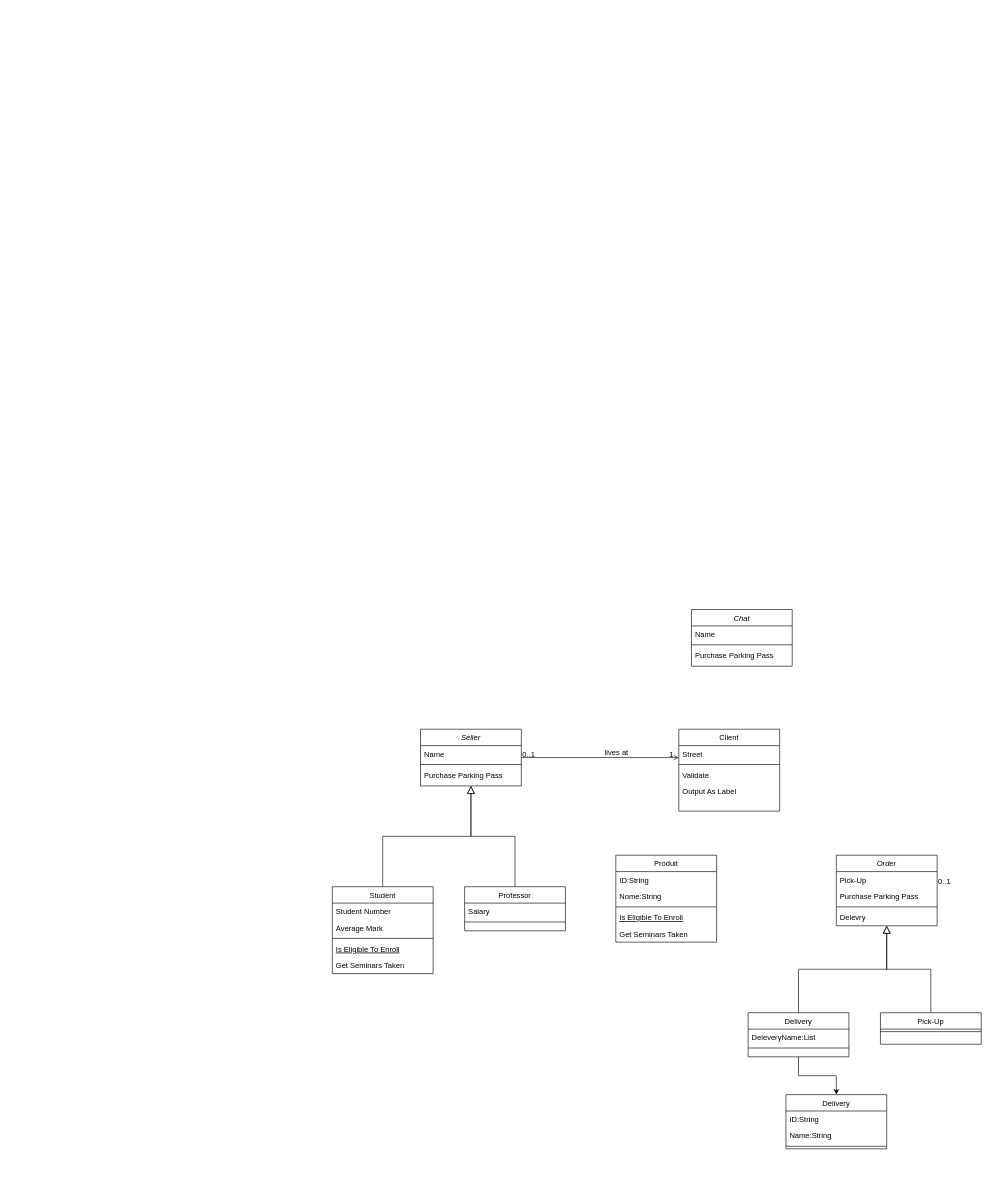
This is Untitled Diagram.drawio from AnasElii/tchat, a draw.io file, before an edit. Source tidied: cells renumbered, new cells numbered last; positions are measured from the earlier drawing's top-left corner, leaving out a move shared by most shapes. Both pictures are drawn from the tidied source at 63%, with x=0, y=0 at pixel (332, 609).
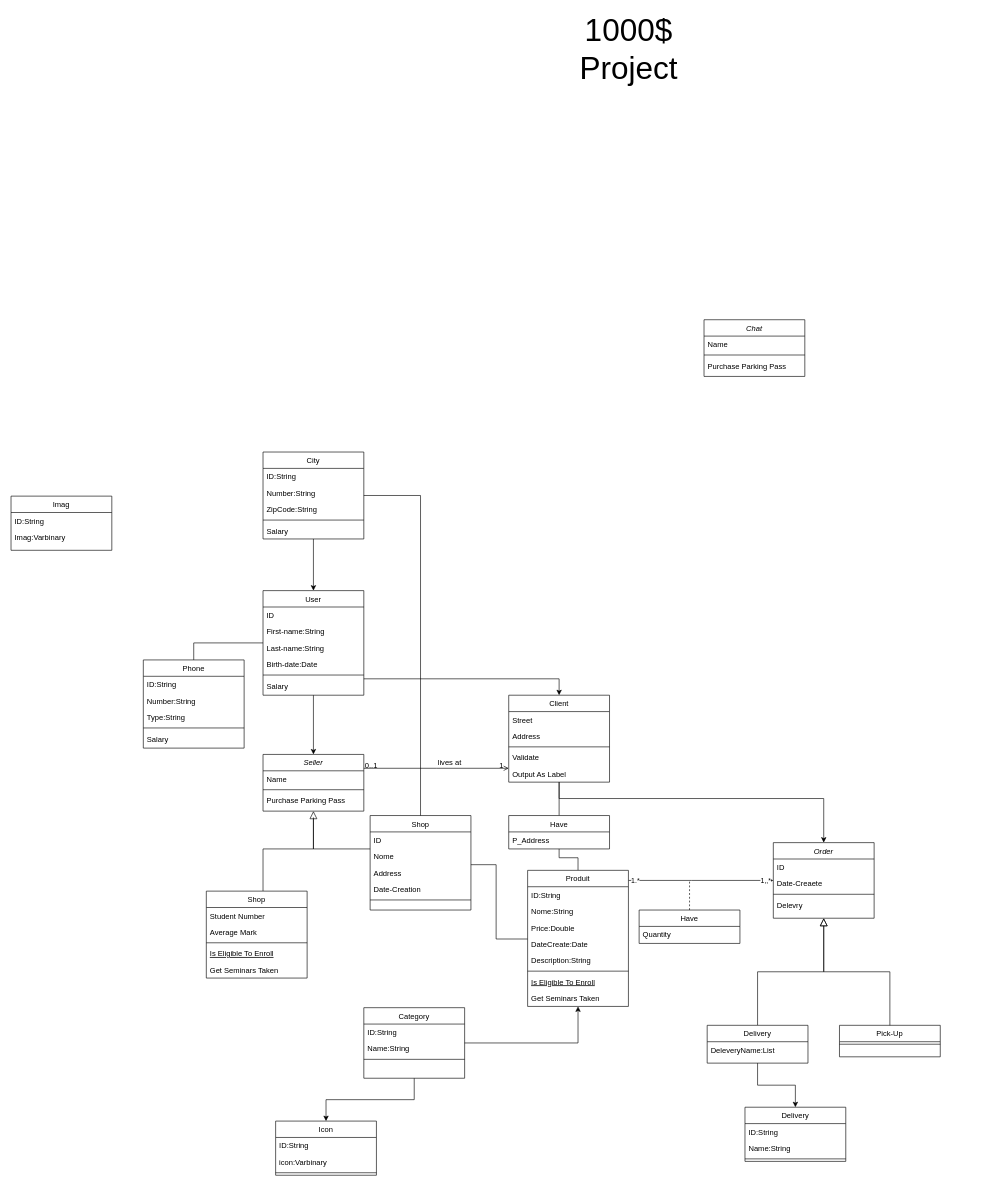
After the change.

The edit, as a diff of the source:
```diff
@@
     <mxCell id="2" value="Seller" style="swimlane;fontStyle=2;align=center;verticalAlign=top;horizontal=1;startSize=26;rounded=0;shadow=0;strokeWidth=1;" parent="1" vertex="1">
-      <mxGeometry x="140" y="190" width="160" height="90" as="geometry" />
+      <mxGeometry x="-110" y="230" width="160" height="90" as="geometry" />
     </mxCell>
@@
+    <mxCell id="54" style="edgeStyle=orthogonalEdgeStyle;rounded=0;jettySize=auto;html=1;endArrow=none;endFill=0;" parent="1" edge="1" source="6">
+      <mxGeometry relative="1" as="geometry">
+        <mxPoint x="-30" y="330" as="targetPoint" />
+        <Array as="points">
+          <mxPoint x="-110" y="380" />
+          <mxPoint x="-30" y="380" />
+        </Array>
+      </mxGeometry>
+    </mxCell>
-    <mxCell id="6" value="Student" style="swimlane;fontStyle=0;align=center;verticalAlign=top;horizontal=1;startSize=26;rounded=0;shadow=0;strokeWidth=1;" parent="1" vertex="1">
-      <mxGeometry y="440" width="160" height="138" as="geometry" />
+    <mxCell id="6" value="Shop" style="swimlane;fontStyle=0;align=center;verticalAlign=top;horizontal=1;startSize=26;rounded=0;shadow=0;strokeWidth=1;" parent="1" vertex="1">
+      <mxGeometry x="-200" y="447" width="160" height="138" as="geometry" />
     </mxCell>
@@
-    <mxCell id="12" style="endArrow=block;endSize=10;endFill=0;shadow=0;strokeWidth=1;rounded=0;edgeStyle=elbowEdgeStyle;elbow=vertical;" parent="1" edge="1" source="6" target="2">
-      <mxGeometry relative="1" as="geometry" />
-    </mxCell>
-    <mxCell id="13" value="Professor" style="swimlane;fontStyle=0;align=center;verticalAlign=top;horizontal=1;startSize=26;rounded=0;shadow=0;strokeWidth=1;" parent="1" vertex="1">
-      <mxGeometry x="210" y="440" width="160" height="70" as="geometry" />
+    <mxCell id="13" value="Shop" style="swimlane;fontStyle=0;align=center;verticalAlign=top;horizontal=1;startSize=26;rounded=0;shadow=0;strokeWidth=1;" parent="1" vertex="1">
+      <mxGeometry x="60" y="327" width="160" height="150" as="geometry" />
     </mxCell>
-    <mxCell id="14" value="Salary" style="text;align=left;verticalAlign=top;spacingLeft=4;spacingRight=4;overflow=hidden;" parent="13" vertex="1">
+    <mxCell id="14" value="ID" style="text;align=left;verticalAlign=top;spacingLeft=4;spacingRight=4;overflow=hidden;" parent="13" vertex="1">
       <mxGeometry y="26" width="160" height="26" as="geometry" />
     </mxCell>
+    <mxCell id="55" value="Nome" style="text;align=left;verticalAlign=top;spacingLeft=4;spacingRight=4;overflow=hidden;" parent="13" vertex="1">
+      <mxGeometry y="52" width="160" height="26" as="geometry" />
+    </mxCell>
+    <mxCell id="56" value="Address" style="text;align=left;verticalAlign=top;spacingLeft=4;spacingRight=4;overflow=hidden;" parent="13" vertex="1">
+      <mxGeometry y="78" width="160" height="26" as="geometry" />
+    </mxCell>
+    <mxCell id="57" value="Date-Creation" style="text;align=left;verticalAlign=top;spacingLeft=4;spacingRight=4;overflow=hidden;" parent="13" vertex="1">
+      <mxGeometry y="104" width="160" height="26" as="geometry" />
+    </mxCell>
     <mxCell id="15" style="line;html=1;strokeWidth=1;align=left;verticalAlign=middle;spacingTop=-1;spacingLeft=3;spacingRight=3;labelPosition=right;" parent="13" vertex="1">
-      <mxGeometry y="52" width="160" height="8" as="geometry" />
+      <mxGeometry y="130" width="160" height="8" as="geometry" />
     </mxCell>
     <mxCell id="16" style="endArrow=block;endSize=10;endFill=0;shadow=0;strokeWidth=1;rounded=0;edgeStyle=elbowEdgeStyle;elbow=vertical;" parent="1" edge="1" source="13" target="2">
-      <mxGeometry relative="1" as="geometry" />
+      <mxGeometry relative="1" as="geometry">
+        <Array as="points">
+          <mxPoint x="-30" y="380" />
+          <mxPoint x="130" y="380" />
+        </Array>
+      </mxGeometry>
     </mxCell>
+    <mxCell id="58" style="edgeStyle=orthogonalEdgeStyle;rounded=0;jettySize=auto;html=1;entryX=0.5;entryY=0;entryDx=0;entryDy=0;" parent="1" edge="1" source="17" target="36">
+      <mxGeometry relative="1" as="geometry">
+        <Array as="points">
+          <mxPoint x="780" y="300" />
+        </Array>
+      </mxGeometry>
+    </mxCell>
+    <mxCell id="59" style="edgeStyle=orthogonalEdgeStyle;rounded=0;jettySize=auto;html=1;entryX=0.5;entryY=0;entryDx=0;entryDy=0;endArrow=none;endFill=0;" parent="1" edge="1" source="17" target="112">
+      <mxGeometry relative="1" as="geometry" />
+    </mxCell>
     <mxCell id="17" value="Client" style="swimlane;fontStyle=0;align=center;verticalAlign=top;horizontal=1;startSize=26;rounded=0;shadow=0;strokeWidth=1;" parent="1" vertex="1">
-      <mxGeometry x="550" y="190" width="160" height="130" as="geometry" />
+      <mxGeometry x="280" y="136" width="160" height="138" as="geometry" />
     </mxCell>
@@
+    <mxCell id="60" value="Address" style="text;align=left;verticalAlign=top;spacingLeft=4;spacingRight=4;overflow=hidden;" parent="17" vertex="1">
+      <mxGeometry y="52" width="160" height="26" as="geometry" />
+    </mxCell>
     <mxCell id="19" style="line;html=1;strokeWidth=1;align=left;verticalAlign=middle;spacingTop=-1;spacingLeft=3;spacingRight=3;labelPosition=right;" parent="17" vertex="1">
-      <mxGeometry y="52" width="160" height="8" as="geometry" />
+      <mxGeometry y="78" width="160" height="8" as="geometry" />
     </mxCell>
     <mxCell id="20" value="Validate" style="text;align=left;verticalAlign=top;spacingLeft=4;spacingRight=4;overflow=hidden;" parent="17" vertex="1">
-      <mxGeometry y="60" width="160" height="26" as="geometry" />
+      <mxGeometry y="86" width="160" height="26" as="geometry" />
     </mxCell>
     <mxCell id="21" value="Output As Label" style="text;align=left;verticalAlign=top;spacingLeft=4;spacingRight=4;overflow=hidden;" parent="17" vertex="1">
-      <mxGeometry y="86" width="160" height="26" as="geometry" />
+      <mxGeometry y="112" width="160" height="26" as="geometry" />
     </mxCell>
@@
     <mxCell id="26" value="Chat" style="swimlane;fontStyle=2;align=center;verticalAlign=top;horizontal=1;startSize=26;rounded=0;shadow=0;strokeWidth=1;" parent="1" vertex="1">
-      <mxGeometry x="570" width="160" height="90" as="geometry" />
+      <mxGeometry x="590" y="-460" width="160" height="90" as="geometry" />
     </mxCell>
@@
+    <mxCell id="61" style="edgeStyle=orthogonalEdgeStyle;rounded=0;jettySize=auto;html=1;" parent="1" edge="1" source="30" target="36">
+      <mxGeometry relative="1" as="geometry">
+        <Array as="points">
+          <mxPoint x="570" y="430" />
+          <mxPoint x="570" y="430" />
+        </Array>
+      </mxGeometry>
+    </mxCell>
+    <mxCell id="62" value="1.*" style="edgeLabel;html=1;align=center;verticalAlign=middle;" parent="61" vertex="1">
+      <mxGeometry x="-0.91" relative="1" as="geometry" />
+    </mxCell>
+    <mxCell id="63" value="1,,*" style="edgeLabel;html=1;align=center;verticalAlign=middle;" parent="61" vertex="1">
+      <mxGeometry x="0.89" relative="1" as="geometry" />
+    </mxCell>
+    <mxCell id="64" style="edgeStyle=orthogonalEdgeStyle;rounded=0;jettySize=auto;html=1;endArrow=none;endFill=0;" parent="1" edge="1" source="30" target="13">
+      <mxGeometry relative="1" as="geometry">
+        <Array as="points">
+          <mxPoint x="260" y="523" />
+          <mxPoint x="260" y="405" />
+        </Array>
+      </mxGeometry>
+    </mxCell>
+    <mxCell id="65" style="edgeStyle=orthogonalEdgeStyle;rounded=0;jettySize=auto;html=1;endArrow=none;endFill=0;" parent="1" edge="1" source="30" target="112">
+      <mxGeometry relative="1" as="geometry" />
+    </mxCell>
     <mxCell id="30" value="Produit" style="swimlane;fontStyle=0;align=center;verticalAlign=top;horizontal=1;startSize=26;rounded=0;shadow=0;strokeWidth=1;" parent="1" vertex="1">
-      <mxGeometry x="450" y="390" width="160" height="138" as="geometry" />
+      <mxGeometry x="310" y="414" width="160" height="216" as="geometry" />
     </mxCell>
@@
+    <mxCell id="66" value="Price:Double" style="text;align=left;verticalAlign=top;spacingLeft=4;spacingRight=4;overflow=hidden;rounded=0;shadow=0;html=0;" parent="30" vertex="1">
+      <mxGeometry y="78" width="160" height="26" as="geometry" />
+    </mxCell>
+    <mxCell id="67" value="DateCreate:Date" style="text;align=left;verticalAlign=top;spacingLeft=4;spacingRight=4;overflow=hidden;rounded=0;shadow=0;html=0;" parent="30" vertex="1">
+      <mxGeometry y="104" width="160" height="26" as="geometry" />
+    </mxCell>
+    <mxCell id="68" value="Description:String" style="text;align=left;verticalAlign=top;spacingLeft=4;spacingRight=4;overflow=hidden;rounded=0;shadow=0;html=0;" parent="30" vertex="1">
+      <mxGeometry y="130" width="160" height="26" as="geometry" />
+    </mxCell>
     <mxCell id="33" style="line;html=1;strokeWidth=1;align=left;verticalAlign=middle;spacingTop=-1;spacingLeft=3;spacingRight=3;labelPosition=right;" parent="30" vertex="1">
-      <mxGeometry y="78" width="160" height="8" as="geometry" />
+      <mxGeometry y="156" width="160" height="8" as="geometry" />
     </mxCell>
     <mxCell id="34" value="Is Eligible To Enroll" style="text;align=left;verticalAlign=top;spacingLeft=4;spacingRight=4;overflow=hidden;fontStyle=4;" parent="30" vertex="1">
-      <mxGeometry y="86" width="160" height="26" as="geometry" />
+      <mxGeometry y="164" width="160" height="26" as="geometry" />
     </mxCell>
     <mxCell id="35" value="Get Seminars Taken" style="text;align=left;verticalAlign=top;spacingLeft=4;spacingRight=4;overflow=hidden;" parent="30" vertex="1">
-      <mxGeometry y="112" width="160" height="26" as="geometry" />
+      <mxGeometry y="190" width="160" height="26" as="geometry" />
     </mxCell>
     <mxCell id="36" value="Order" style="swimlane;fontStyle=2;align=center;verticalAlign=top;horizontal=1;startSize=26;rounded=0;shadow=0;strokeWidth=1;" parent="1" vertex="1">
-      <mxGeometry x="800" y="390" width="160" height="112" as="geometry" />
+      <mxGeometry x="700" y="370" width="160" height="120" as="geometry" />
     </mxCell>
-    <mxCell id="37" value="Pick-Up" style="text;align=left;verticalAlign=top;spacingLeft=4;spacingRight=4;overflow=hidden;" parent="36" vertex="1">
-      <mxGeometry y="26" width="160" height="26" as="geometry" />
-    </mxCell>
-    <mxCell id="38" value="Purchase Parking Pass" style="text;align=left;verticalAlign=top;spacingLeft=4;spacingRight=4;overflow=hidden;" parent="36" vertex="1">
-      <mxGeometry y="52" width="160" height="26" as="geometry" />
-    </mxCell>
+    <mxCell id="69" value="ID" style="text;align=left;verticalAlign=top;spacingLeft=4;spacingRight=4;overflow=hidden;" parent="36" vertex="1">
+      <mxGeometry y="26" width="160" height="26" as="geometry" />
+    </mxCell>
+    <mxCell id="70" value="Date-Creaete" style="text;align=left;verticalAlign=top;spacingLeft=4;spacingRight=4;overflow=hidden;" parent="36" vertex="1">
+      <mxGeometry y="52" width="160" height="26" as="geometry" />
+    </mxCell>
@@
     <mxCell id="42" value="Pick-Up" style="swimlane;fontStyle=0;align=center;verticalAlign=top;horizontal=1;startSize=26;rounded=0;shadow=0;strokeWidth=1;" parent="1" vertex="1">
-      <mxGeometry x="870" y="640" width="160" height="50" as="geometry" />
+      <mxGeometry x="805" y="660" width="160" height="50" as="geometry" />
     </mxCell>
@@
-    <mxCell id="45" value="0..1" style="align=left;verticalAlign=bottom;labelBackgroundColor=none;fontSize=12;" parent="1" vertex="1">
-      <mxGeometry x="960" y="439.6" as="geometry" />
-    </mxCell>
@@
     <mxCell id="47" value="Delivery" style="swimlane;fontStyle=0;align=center;verticalAlign=top;horizontal=1;startSize=26;rounded=0;shadow=0;strokeWidth=1;" parent="1" vertex="1">
-      <mxGeometry x="660" y="640" width="160" height="70" as="geometry" />
+      <mxGeometry x="595" y="660" width="160" height="60" as="geometry" />
     </mxCell>
@@
-    <mxCell id="49" style="line;html=1;strokeWidth=1;align=left;verticalAlign=middle;spacingTop=-1;spacingLeft=3;spacingRight=3;labelPosition=right;" parent="47" vertex="1">
-      <mxGeometry y="52" width="160" height="8" as="geometry" />
-    </mxCell>
     <mxCell id="50" value="Delivery" style="swimlane;fontStyle=0;align=center;verticalAlign=top;horizontal=1;startSize=26;rounded=0;shadow=0;strokeWidth=1;" parent="1" vertex="1">
-      <mxGeometry x="720" y="770" width="160" height="86" as="geometry" />
+      <mxGeometry x="655" y="790" width="160" height="86" as="geometry" />
     </mxCell>
@@
+    <mxCell id="71" style="edgeStyle=orthogonalEdgeStyle;rounded=0;jettySize=auto;html=1;" parent="1" edge="1" source="73" target="30">
+      <mxGeometry relative="1" as="geometry" />
+    </mxCell>
+    <mxCell id="72" style="edgeStyle=orthogonalEdgeStyle;rounded=0;jettySize=auto;html=1;entryX=0.5;entryY=0;entryDx=0;entryDy=0;" parent="1" edge="1" source="73" target="77">
+      <mxGeometry relative="1" as="geometry" />
+    </mxCell>
+    <mxCell id="73" value="Category" style="swimlane;fontStyle=0;align=center;verticalAlign=top;horizontal=1;startSize=26;rounded=0;shadow=0;strokeWidth=1;" parent="1" vertex="1">
+      <mxGeometry x="50" y="632" width="160" height="112" as="geometry" />
+    </mxCell>
+    <mxCell id="74" value="ID:String" style="text;align=left;verticalAlign=top;spacingLeft=4;spacingRight=4;overflow=hidden;" parent="73" vertex="1">
+      <mxGeometry y="26" width="160" height="26" as="geometry" />
+    </mxCell>
+    <mxCell id="75" value="Name:String" style="text;align=left;verticalAlign=top;spacingLeft=4;spacingRight=4;overflow=hidden;" parent="73" vertex="1">
+      <mxGeometry y="52" width="160" height="26" as="geometry" />
+    </mxCell>
+    <mxCell id="76" style="line;html=1;strokeWidth=1;align=left;verticalAlign=middle;spacingTop=-1;spacingLeft=3;spacingRight=3;labelPosition=right;" parent="73" vertex="1">
+      <mxGeometry y="78" width="160" height="8" as="geometry" />
+    </mxCell>
+    <mxCell id="77" value="Icon" style="swimlane;fontStyle=0;align=center;verticalAlign=top;horizontal=1;startSize=26;rounded=0;shadow=0;strokeWidth=1;" parent="1" vertex="1">
+      <mxGeometry x="-90" y="812" width="160" height="86" as="geometry" />
+    </mxCell>
+    <mxCell id="78" value="ID:String" style="text;align=left;verticalAlign=top;spacingLeft=4;spacingRight=4;overflow=hidden;" parent="77" vertex="1">
+      <mxGeometry y="26" width="160" height="26" as="geometry" />
+    </mxCell>
+    <mxCell id="79" value="icon:Varbinary" style="text;align=left;verticalAlign=top;spacingLeft=4;spacingRight=4;overflow=hidden;" parent="77" vertex="1">
+      <mxGeometry y="52" width="160" height="26" as="geometry" />
+    </mxCell>
+    <mxCell id="80" style="line;html=1;strokeWidth=1;align=left;verticalAlign=middle;spacingTop=-1;spacingLeft=3;spacingRight=3;labelPosition=right;" parent="77" vertex="1">
+      <mxGeometry y="78" width="160" height="8" as="geometry" />
+    </mxCell>
+    <mxCell id="81" value="Imag" style="swimlane;fontStyle=0;align=center;verticalAlign=top;horizontal=1;startSize=26;rounded=0;shadow=0;strokeWidth=1;" parent="1" vertex="1">
+      <mxGeometry x="-510" y="-180" width="160" height="86" as="geometry" />
+    </mxCell>
+    <mxCell id="82" value="ID:String" style="text;align=left;verticalAlign=top;spacingLeft=4;spacingRight=4;overflow=hidden;" parent="81" vertex="1">
+      <mxGeometry y="26" width="160" height="26" as="geometry" />
+    </mxCell>
+    <mxCell id="83" value="Imag:Varbinary" style="text;align=left;verticalAlign=top;spacingLeft=4;spacingRight=4;overflow=hidden;" parent="81" vertex="1">
+      <mxGeometry y="52" width="160" height="26" as="geometry" />
+    </mxCell>
+    <mxCell id="84" style="edgeStyle=orthogonalEdgeStyle;rounded=0;jettySize=auto;html=1;" parent="1" edge="1" source="87" target="2">
+      <mxGeometry relative="1" as="geometry" />
+    </mxCell>
+    <mxCell id="85" style="edgeStyle=orthogonalEdgeStyle;rounded=0;jettySize=auto;html=1;entryX=0.5;entryY=0;entryDx=0;entryDy=0;" parent="1" edge="1" source="87" target="17">
+      <mxGeometry relative="1" as="geometry">
+        <Array as="points">
+          <mxPoint x="360" y="110" />
+        </Array>
+      </mxGeometry>
+    </mxCell>
+    <mxCell id="86" style="edgeStyle=orthogonalEdgeStyle;rounded=0;jettySize=auto;html=1;entryX=0.5;entryY=0;entryDx=0;entryDy=0;endArrow=none;endFill=0;" parent="1" edge="1" source="87" target="94">
+      <mxGeometry relative="1" as="geometry" />
+    </mxCell>
+    <mxCell id="87" value="User" style="swimlane;fontStyle=0;align=center;verticalAlign=top;horizontal=1;startSize=26;rounded=0;shadow=0;strokeWidth=1;" parent="1" vertex="1">
+      <mxGeometry x="-110" y="-30" width="160" height="166" as="geometry" />
+    </mxCell>
+    <mxCell id="88" value="ID" style="text;align=left;verticalAlign=top;spacingLeft=4;spacingRight=4;overflow=hidden;" parent="87" vertex="1">
+      <mxGeometry y="26" width="160" height="26" as="geometry" />
+    </mxCell>
+    <mxCell id="89" value="First-name:String" style="text;align=left;verticalAlign=top;spacingLeft=4;spacingRight=4;overflow=hidden;" parent="87" vertex="1">
+      <mxGeometry y="52" width="160" height="26" as="geometry" />
+    </mxCell>
+    <mxCell id="90" value="Last-name:String" style="text;align=left;verticalAlign=top;spacingLeft=4;spacingRight=4;overflow=hidden;" parent="87" vertex="1">
+      <mxGeometry y="78" width="160" height="26" as="geometry" />
+    </mxCell>
+    <mxCell id="91" value="Birth-date:Date" style="text;align=left;verticalAlign=top;spacingLeft=4;spacingRight=4;overflow=hidden;" parent="87" vertex="1">
+      <mxGeometry y="104" width="160" height="26" as="geometry" />
+    </mxCell>
+    <mxCell id="92" style="line;html=1;strokeWidth=1;align=left;verticalAlign=middle;spacingTop=-1;spacingLeft=3;spacingRight=3;labelPosition=right;" parent="87" vertex="1">
+      <mxGeometry y="130" width="160" height="8" as="geometry" />
+    </mxCell>
+    <mxCell id="93" value="Salary" style="text;align=left;verticalAlign=top;spacingLeft=4;spacingRight=4;overflow=hidden;" parent="87" vertex="1">
+      <mxGeometry y="138" width="160" height="26" as="geometry" />
+    </mxCell>
+    <mxCell id="94" value="Phone" style="swimlane;fontStyle=0;align=center;verticalAlign=top;horizontal=1;startSize=26;rounded=0;shadow=0;strokeWidth=1;" parent="1" vertex="1">
+      <mxGeometry x="-300" y="80" width="160" height="140" as="geometry" />
+    </mxCell>
+    <mxCell id="95" value="ID:String" style="text;align=left;verticalAlign=top;spacingLeft=4;spacingRight=4;overflow=hidden;" parent="94" vertex="1">
+      <mxGeometry y="26" width="160" height="26" as="geometry" />
+    </mxCell>
+    <mxCell id="96" value="Number:String" style="text;align=left;verticalAlign=top;spacingLeft=4;spacingRight=4;overflow=hidden;" parent="94" vertex="1">
+      <mxGeometry y="52" width="160" height="26" as="geometry" />
+    </mxCell>
+    <mxCell id="97" value="Type:String" style="text;align=left;verticalAlign=top;spacingLeft=4;spacingRight=4;overflow=hidden;" parent="94" vertex="1">
+      <mxGeometry y="78" width="160" height="26" as="geometry" />
+    </mxCell>
+    <mxCell id="98" style="line;html=1;strokeWidth=1;align=left;verticalAlign=middle;spacingTop=-1;spacingLeft=3;spacingRight=3;labelPosition=right;" parent="94" vertex="1">
+      <mxGeometry y="104" width="160" height="8" as="geometry" />
+    </mxCell>
+    <mxCell id="99" value="Salary" style="text;align=left;verticalAlign=top;spacingLeft=4;spacingRight=4;overflow=hidden;" parent="94" vertex="1">
+      <mxGeometry y="112" width="160" height="26" as="geometry" />
+    </mxCell>
+    <mxCell id="100" style="edgeStyle=orthogonalEdgeStyle;rounded=0;jettySize=auto;html=1;" parent="1" edge="1" source="102" target="87">
+      <mxGeometry relative="1" as="geometry" />
+    </mxCell>
+    <mxCell id="101" style="edgeStyle=orthogonalEdgeStyle;rounded=0;jettySize=auto;html=1;entryX=0.5;entryY=0;entryDx=0;entryDy=0;endArrow=none;endFill=0;" parent="1" edge="1" source="102" target="13">
+      <mxGeometry relative="1" as="geometry" />
+    </mxCell>
+    <mxCell id="102" value="City" style="swimlane;fontStyle=0;align=center;verticalAlign=top;horizontal=1;startSize=26;rounded=0;shadow=0;strokeWidth=1;" parent="1" vertex="1">
+      <mxGeometry x="-110" y="-250" width="160" height="138" as="geometry" />
+    </mxCell>
+    <mxCell id="103" value="ID:String" style="text;align=left;verticalAlign=top;spacingLeft=4;spacingRight=4;overflow=hidden;" parent="102" vertex="1">
+      <mxGeometry y="26" width="160" height="26" as="geometry" />
+    </mxCell>
+    <mxCell id="104" value="Number:String" style="text;align=left;verticalAlign=top;spacingLeft=4;spacingRight=4;overflow=hidden;" parent="102" vertex="1">
+      <mxGeometry y="52" width="160" height="26" as="geometry" />
+    </mxCell>
+    <mxCell id="105" value="ZipCode:String" style="text;align=left;verticalAlign=top;spacingLeft=4;spacingRight=4;overflow=hidden;" parent="102" vertex="1">
+      <mxGeometry y="78" width="160" height="26" as="geometry" />
+    </mxCell>
+    <mxCell id="106" style="line;html=1;strokeWidth=1;align=left;verticalAlign=middle;spacingTop=-1;spacingLeft=3;spacingRight=3;labelPosition=right;" parent="102" vertex="1">
+      <mxGeometry y="104" width="160" height="8" as="geometry" />
+    </mxCell>
+    <mxCell id="107" value="Salary" style="text;align=left;verticalAlign=top;spacingLeft=4;spacingRight=4;overflow=hidden;" parent="102" vertex="1">
+      <mxGeometry y="112" width="160" height="26" as="geometry" />
+    </mxCell>
+    <mxCell id="108" value="&lt;font style=&quot;font-size: 50px&quot;&gt;1000$&lt;br&gt;Project&lt;br&gt;&lt;/font&gt;" style="text;html=1;align=center;verticalAlign=middle;strokeColor=none;" parent="1" vertex="1">
+      <mxGeometry x="385" y="-920" width="170" height="60" as="geometry" />
+    </mxCell>
+    <mxCell id="109" style="edgeStyle=orthogonalEdgeStyle;rounded=0;jettySize=auto;html=1;endArrow=none;endFill=0;dashed=1;" parent="1" edge="1" source="110">
+      <mxGeometry relative="1" as="geometry">
+        <mxPoint x="567" y="430" as="targetPoint" />
+      </mxGeometry>
+    </mxCell>
+    <mxCell id="110" value="Have" style="swimlane;fontStyle=0;align=center;verticalAlign=top;horizontal=1;startSize=26;rounded=0;shadow=0;strokeWidth=1;" parent="1" vertex="1">
+      <mxGeometry x="487" y="477" width="160" height="53" as="geometry" />
+    </mxCell>
+    <mxCell id="111" value="Quantity" style="text;align=left;verticalAlign=top;spacingLeft=4;spacingRight=4;overflow=hidden;" parent="110" vertex="1">
+      <mxGeometry y="26" width="160" height="26" as="geometry" />
+    </mxCell>
+    <mxCell id="112" value="Have" style="swimlane;fontStyle=0;align=center;verticalAlign=top;horizontal=1;startSize=26;rounded=0;shadow=0;strokeWidth=1;" parent="1" vertex="1">
+      <mxGeometry x="280" y="327" width="160" height="53" as="geometry" />
+    </mxCell>
+    <mxCell id="113" value="P_Address" style="text;align=left;verticalAlign=top;spacingLeft=4;spacingRight=4;overflow=hidden;" parent="112" vertex="1">
+      <mxGeometry y="26" width="160" height="26" as="geometry" />
+    </mxCell>
```
